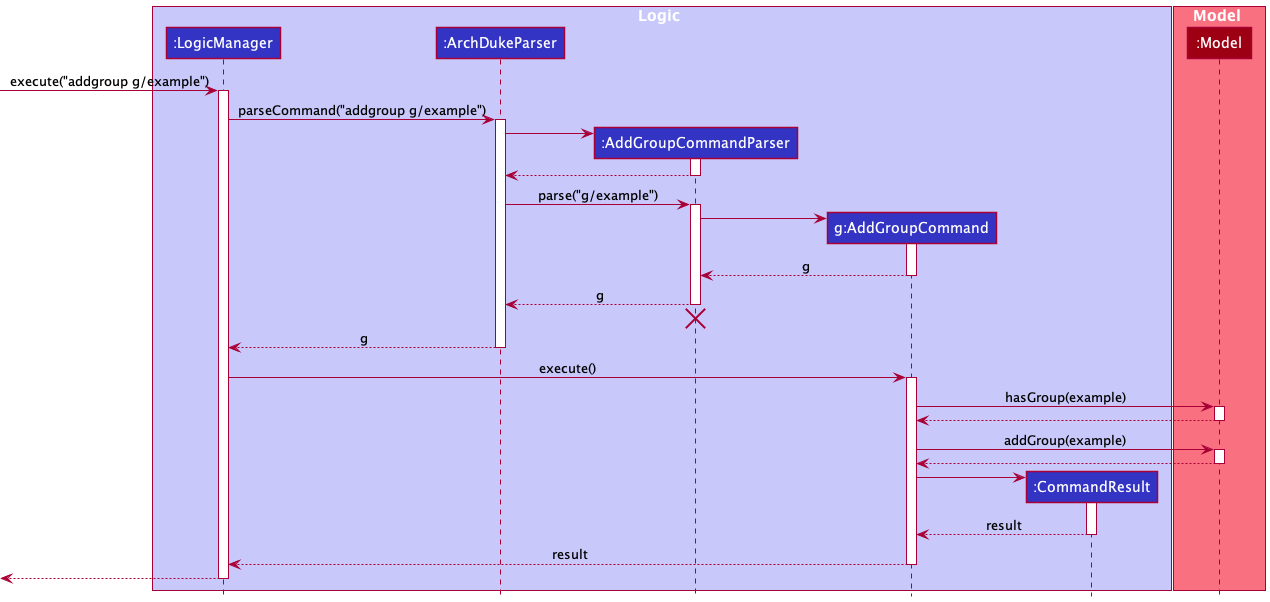
Above: docs/images/AddGroupSequenceDiagram.png in nus-cs2103-AY2122S2/tp (PlantUML), before the change.
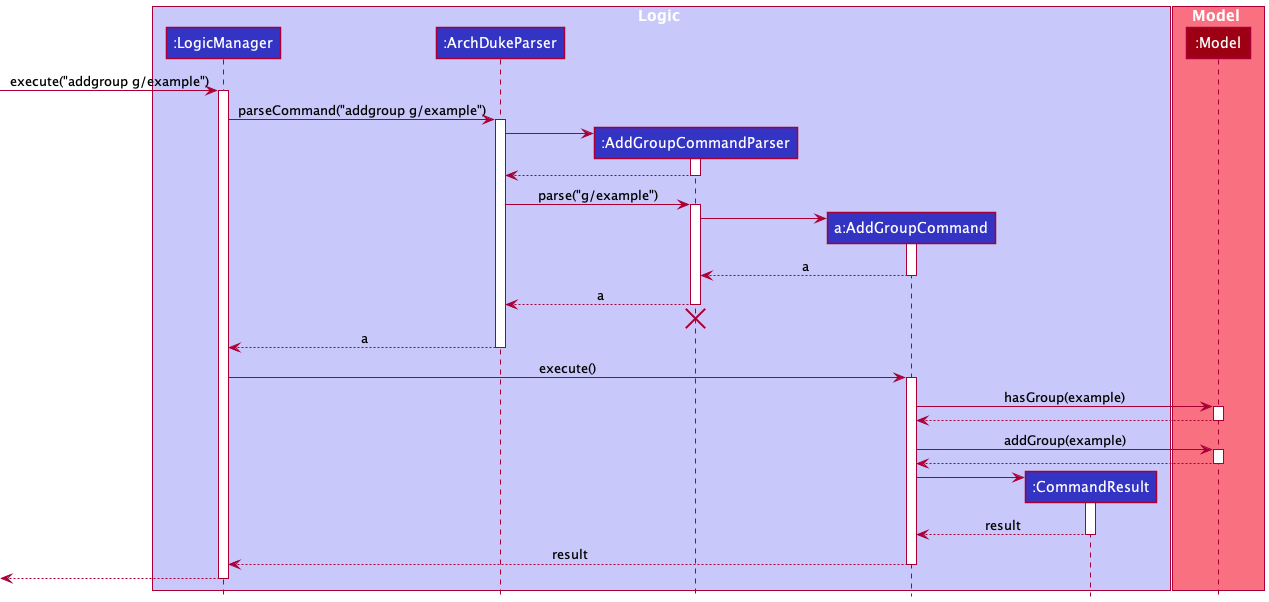
The same file after the commit.

The edit, as a diff of the source:
```diff
@@ -5,7 +5,7 @@
 participant ":LogicManager" as LogicManager LOGIC_COLOR
 participant ":ArchDukeParser" as ArchDukeParser LOGIC_COLOR
 participant ":AddGroupCommandParser" as AddGroupCommandParser LOGIC_COLOR
-participant "g:AddGroupCommand" as AddGroupCommand LOGIC_COLOR
+participant "a:AddGroupCommand" as AddGroupCommand LOGIC_COLOR
 participant ":CommandResult" as CommandResult LOGIC_COLOR
 end box
 
@@ -33,16 +33,16 @@
 AddGroupCommandParser -> AddGroupCommand
 activate AddGroupCommand
 
-AddGroupCommand --> AddGroupCommandParser : g
+AddGroupCommand --> AddGroupCommandParser : a
 deactivate AddGroupCommand
 
-AddGroupCommandParser --> ArchDukeParser : g
+AddGroupCommandParser --> ArchDukeParser : a
 deactivate AddGroupCommandParser
 
 AddGroupCommandParser -[hidden]-> ArchDukeParser
 destroy AddGroupCommandParser
 
-ArchDukeParser --> LogicManager : g
+ArchDukeParser --> LogicManager : a
 deactivate ArchDukeParser
 
 LogicManager -> AddGroupCommand : execute()
```
